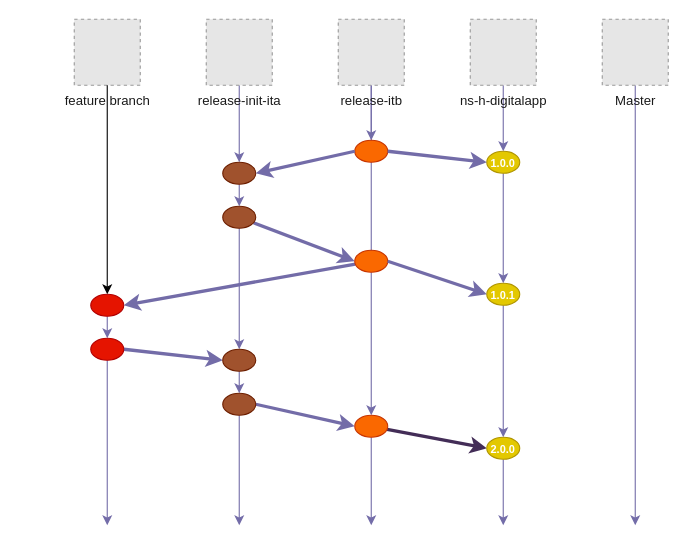
Before: Untitled Diagram.drawio in stefan21jp/Liberty, a draw.io diagram. Source tidied: cells renumbered, new cells numbered last; positions are measured from the earlier drawing's top-left corner, leaving out a move shared by most shapes. Both pictures are drawn from the tidied source at 110%, with x=0, y=0 at pixel (74, 19). Pictures stored in the file or linked from it are replaced by grey dashed boxes.
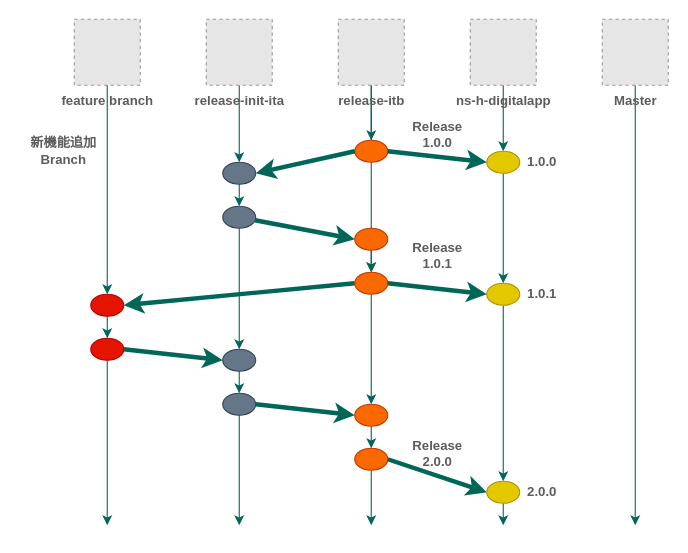
The same page after the edit.

Unchanged cells that the change refers to:
```xml
<mxCell id="24" style="ellipse;whiteSpace=wrap;html=1;rounded=1;verticalAlign=bottom;fillColor=#fa6800;strokeColor=#C73500;align=center;fontSize=10;fontColor=#ffffff;" parent="1" vertex="1">
  <mxGeometry x="255" y="110" width="30" height="20" as="geometry" />
</mxCell>
<mxCell id="30" style="ellipse;whiteSpace=wrap;html=1;rounded=1;verticalAlign=bottom;fillColor=#e51400;strokeColor=#B20000;align=center;fontSize=10;fontColor=#ffffff;" parent="1" vertex="1">
  <mxGeometry x="15" y="250" width="30" height="20" as="geometry" />
</mxCell>
<mxCell id="41" style="ellipse;whiteSpace=wrap;html=1;rounded=1;verticalAlign=bottom;fillColor=#e51400;strokeColor=#B20000;align=center;fontSize=10;fontColor=#ffffff;" parent="1" vertex="1">
  <mxGeometry x="15" y="290" width="30" height="20" as="geometry" />
</mxCell>
```

Diff of the diagram source:
```diff
@@
-    <mxCell id="2" style="edgeStyle=orthogonalEdgeStyle;rounded=0;jettySize=auto;html=1;strokeColor=#736CA8;fontColor=#1A1A1A;" parent="1" edge="1" source="3">
+    <mxCell id="2" style="edgeStyle=orthogonalEdgeStyle;rounded=0;jettySize=auto;html=1;strokeColor=#006658;fontColor=#5C5C5C;" parent="1" edge="1" source="3">
       <mxGeometry relative="1" as="geometry">
         <mxPoint x="510" y="460" as="targetPoint" />
       </mxGeometry>
     </mxCell>
-    <mxCell id="3" value="Master" style="fillColor=#E6E6E6;strokeColor=#999999;dashed=1;html=1;verticalAlign=top;verticalLabelPosition=bottom;fontColor=#1A1A1A;" parent="1" vertex="1">
+    <mxCell id="3" value="Master" style="fillColor=#E6E6E6;strokeColor=#999999;dashed=1;html=1;verticalAlign=top;verticalLabelPosition=bottom;fontColor=#5C5C5C;fontStyle=1;" parent="1" vertex="1">
       <mxGeometry x="480" width="60" height="60" as="geometry" />
     </mxCell>
-    <mxCell id="4" style="edgeStyle=orthogonalEdgeStyle;rounded=0;jettySize=auto;html=1;strokeColor=#736CA8;fontColor=#1A1A1A;" parent="1" edge="1" source="5" target="13">
+    <mxCell id="4" style="edgeStyle=orthogonalEdgeStyle;rounded=0;jettySize=auto;html=1;strokeColor=#006658;fontColor=#5C5C5C;" parent="1" edge="1" source="5" target="13">
       <mxGeometry relative="1" as="geometry" />
     </mxCell>
-    <mxCell id="5" value="ns-h-digitalapp" style="fillColor=#E6E6E6;strokeColor=#999999;dashed=1;html=1;verticalAlign=top;verticalLabelPosition=bottom;fontColor=#1A1A1A;" parent="1" vertex="1">
+    <mxCell id="5" value="ns-h-digitalapp" style="fillColor=#E6E6E6;strokeColor=#999999;dashed=1;html=1;verticalAlign=top;verticalLabelPosition=bottom;fontColor=#5C5C5C;fontStyle=1;" parent="1" vertex="1">
       <mxGeometry x="360" width="60" height="60" as="geometry" />
     </mxCell>
-    <mxCell id="6" style="edgeStyle=orthogonalEdgeStyle;curved=0;rounded=1;sketch=0;jettySize=auto;html=1;exitX=0.5;exitY=1;exitDx=0;exitDy=0;strokeColor=#736CA8;fontColor=#1A1A1A;" parent="1" edge="1" source="8">
+    <mxCell id="6" style="edgeStyle=orthogonalEdgeStyle;curved=0;rounded=1;sketch=0;jettySize=auto;html=1;exitX=0.5;exitY=1;exitDx=0;exitDy=0;strokeColor=#006658;fontColor=#5C5C5C;" parent="1" edge="1" source="8">
       <mxGeometry relative="1" as="geometry">
         <mxPoint x="270" y="230" as="targetPoint" />
       </mxGeometry>
     </mxCell>
-    <mxCell id="7" style="edgeStyle=none;rounded=1;sketch=0;jettySize=auto;html=1;entryX=0.5;entryY=0;entryDx=0;entryDy=0;endArrow=classic;endFill=1;strokeColor=#736CA8;strokeWidth=1;fontColor=#1A1A1A;" parent="1" edge="1" source="8" target="24">
+    <mxCell id="7" style="edgeStyle=none;rounded=1;sketch=0;jettySize=auto;html=1;entryX=0.5;entryY=0;entryDx=0;entryDy=0;endArrow=classic;endFill=1;strokeColor=#006658;strokeWidth=1;fontColor=#5C5C5C;" parent="1" edge="1" source="8" target="24">
       <mxGeometry relative="1" as="geometry" />
     </mxCell>
-    <mxCell id="8" value="release-itb" style="fillColor=#E6E6E6;strokeColor=#999999;dashed=1;html=1;verticalAlign=top;verticalLabelPosition=bottom;fontColor=#1A1A1A;" parent="1" vertex="1">
+    <mxCell id="8" value="release-itb" style="fillColor=#E6E6E6;strokeColor=#999999;dashed=1;html=1;verticalAlign=top;verticalLabelPosition=bottom;fontColor=#5C5C5C;fontStyle=1;" parent="1" vertex="1">
       <mxGeometry x="240" width="60" height="60" as="geometry" />
     </mxCell>
-    <mxCell id="9" style="edgeStyle=orthogonalEdgeStyle;curved=0;rounded=1;sketch=0;jettySize=auto;html=1;entryX=0.5;entryY=0;entryDx=0;entryDy=0;strokeColor=#736CA8;fontColor=#1A1A1A;" parent="1" edge="1" source="10" target="15">
+    <mxCell id="9" style="edgeStyle=orthogonalEdgeStyle;curved=0;rounded=1;sketch=0;jettySize=auto;html=1;entryX=0.5;entryY=0;entryDx=0;entryDy=0;strokeColor=#006658;fontColor=#5C5C5C;" parent="1" edge="1" source="10" target="15">
       <mxGeometry relative="1" as="geometry" />
     </mxCell>
-    <mxCell id="10" value="release-init-ita" style="fillColor=#E6E6E6;strokeColor=#999999;dashed=1;html=1;verticalAlign=top;verticalLabelPosition=bottom;fontColor=#1A1A1A;" parent="1" vertex="1">
+    <mxCell id="10" value="release-init-ita" style="fillColor=#E6E6E6;strokeColor=#999999;dashed=1;html=1;verticalAlign=top;verticalLabelPosition=bottom;fontColor=#5C5C5C;fontStyle=1;" parent="1" vertex="1">
       <mxGeometry x="120" width="60" height="60" as="geometry" />
     </mxCell>
-    <mxCell id="11" value="feature branch" style="fillColor=#E6E6E6;strokeColor=#999999;dashed=1;html=1;verticalAlign=top;verticalLabelPosition=bottom;fontColor=#1A1A1A;" parent="1" vertex="1">
+    <mxCell id="11" value="feature branch" style="fillColor=#E6E6E6;strokeColor=#999999;dashed=1;html=1;verticalAlign=top;verticalLabelPosition=bottom;fontColor=#5C5C5C;fontStyle=1;" parent="1" vertex="1">
       <mxGeometry width="60" height="60" as="geometry" />
     </mxCell>
-    <mxCell id="12" style="edgeStyle=orthogonalEdgeStyle;curved=0;rounded=1;sketch=0;jettySize=auto;html=1;strokeColor=#736CA8;fontColor=#1A1A1A;" parent="1" edge="1" source="13" target="23">
+    <mxCell id="12" style="edgeStyle=orthogonalEdgeStyle;curved=0;rounded=1;sketch=0;jettySize=auto;html=1;strokeColor=#006658;fontColor=#5C5C5C;" parent="1" edge="1" source="13" target="23">
       <mxGeometry relative="1" as="geometry" />
     </mxCell>
-    <mxCell id="13" value="&lt;b style=&quot;font-size: 10px;&quot;&gt;1.0.0&lt;/b&gt;" style="ellipse;whiteSpace=wrap;html=1;rounded=1;verticalAlign=bottom;fillColor=#e3c800;strokeColor=#B09500;align=center;fontSize=10;fontColor=#ffffff;" parent="1" vertex="1">
+    <mxCell id="13" style="ellipse;whiteSpace=wrap;html=1;rounded=1;verticalAlign=bottom;fillColor=#e3c800;strokeColor=#B09500;align=center;fontSize=10;fontColor=#ffffff;" parent="1" vertex="1">
       <mxGeometry x="375" y="120" width="30" height="20" as="geometry" />
     </mxCell>
-    <mxCell id="14" style="edgeStyle=orthogonalEdgeStyle;curved=0;rounded=1;sketch=0;jettySize=auto;html=1;exitX=0.5;exitY=1;exitDx=0;exitDy=0;entryX=0.5;entryY=0;entryDx=0;entryDy=0;strokeColor=#736CA8;fontColor=#1A1A1A;" parent="1" edge="1" source="15" target="18">
+    <mxCell id="14" style="edgeStyle=orthogonalEdgeStyle;curved=0;rounded=1;sketch=0;jettySize=auto;html=1;exitX=0.5;exitY=1;exitDx=0;exitDy=0;entryX=0.5;entryY=0;entryDx=0;entryDy=0;strokeColor=#006658;fontColor=#5C5C5C;" parent="1" edge="1" source="15" target="18">
       <mxGeometry relative="1" as="geometry" />
     </mxCell>
-    <mxCell id="15" style="ellipse;whiteSpace=wrap;html=1;rounded=1;verticalAlign=bottom;fillColor=#a0522d;strokeColor=#6D1F00;align=center;fontSize=10;fontColor=#ffffff;" parent="1" vertex="1">
+    <mxCell id="15" style="ellipse;whiteSpace=wrap;html=1;rounded=1;verticalAlign=bottom;fillColor=#647687;strokeColor=#314354;align=center;fontSize=10;fontColor=#ffffff;" parent="1" vertex="1">
       <mxGeometry x="135" y="130" width="30" height="20" as="geometry" />
     </mxCell>
-    <mxCell id="16" style="rounded=1;sketch=0;jettySize=auto;html=1;entryX=0;entryY=0.5;entryDx=0;entryDy=0;strokeColor=#736CA8;fontColor=#1A1A1A;endArrow=classic;endFill=1;strokeWidth=3;" parent="1" edge="1" source="18" target="21">
+    <mxCell id="16" style="rounded=1;sketch=0;jettySize=auto;html=1;entryX=0;entryY=0.5;entryDx=0;entryDy=0;strokeColor=#006658;fontColor=#5C5C5C;endArrow=classic;endFill=1;strokeWidth=4;" parent="1" edge="1" source="18" target="21">
       <mxGeometry relative="1" as="geometry" />
     </mxCell>
-    <mxCell id="17" style="edgeStyle=none;rounded=1;sketch=0;jettySize=auto;html=1;strokeColor=#736CA8;strokeWidth=1;fontColor=#1A1A1A;" parent="1" edge="1" source="18" target="33">
+    <mxCell id="17" style="edgeStyle=none;rounded=1;sketch=0;jettySize=auto;html=1;strokeColor=#006658;strokeWidth=1;fontColor=#5C5C5C;" parent="1" edge="1" source="18" target="33">
       <mxGeometry relative="1" as="geometry" />
     </mxCell>
-    <mxCell id="18" style="ellipse;whiteSpace=wrap;html=1;rounded=1;verticalAlign=bottom;fillColor=#a0522d;strokeColor=#6D1F00;align=center;fontSize=10;fontColor=#ffffff;" parent="1" vertex="1">
+    <mxCell id="18" style="ellipse;whiteSpace=wrap;html=1;rounded=1;verticalAlign=bottom;fillColor=#647687;strokeColor=#314354;align=center;fontSize=10;fontColor=#ffffff;" parent="1" vertex="1">
       <mxGeometry x="135" y="170" width="30" height="20" as="geometry" />
     </mxCell>
-    <mxCell id="19" style="rounded=1;sketch=0;jettySize=auto;html=1;entryX=1;entryY=0.5;entryDx=0;entryDy=0;strokeColor=#736CA8;fontColor=#1A1A1A;strokeWidth=3;" parent="1" edge="1" source="21" target="30">
+    <mxCell id="19" style="rounded=1;sketch=0;jettySize=auto;html=1;entryX=1;entryY=0.5;entryDx=0;entryDy=0;strokeColor=#006658;fontColor=#5C5C5C;strokeWidth=4;exitX=0;exitY=0.5;exitDx=0;exitDy=0;" parent="1" edge="1" source="54" target="30">
       <mxGeometry relative="1" as="geometry" />
     </mxCell>
-    <mxCell id="20" style="edgeStyle=none;rounded=1;sketch=0;jettySize=auto;html=1;strokeColor=#736CA8;strokeWidth=1;fontColor=#1A1A1A;" parent="1" edge="1" source="21" target="36">
-      <mxGeometry relative="1" as="geometry" />
-    </mxCell>
+    <mxCell id="44" style="edgeStyle=none;rounded=1;sketch=0;jettySize=auto;html=1;exitX=0.5;exitY=1;exitDx=0;exitDy=0;entryX=0.5;entryY=0;entryDx=0;entryDy=0;strokeColor=#006658;strokeWidth=1;fontColor=#5C5C5C;" parent="1" edge="1" source="21" target="54">
+      <mxGeometry relative="1" as="geometry" />
+    </mxCell>
     <mxCell id="21" style="ellipse;whiteSpace=wrap;html=1;rounded=1;verticalAlign=bottom;fillColor=#fa6800;strokeColor=#C73500;align=center;fontSize=10;fontColor=#ffffff;" parent="1" vertex="1">
-      <mxGeometry x="255" y="210" width="30" height="20" as="geometry" />
+      <mxGeometry x="255" y="190" width="30" height="20" as="geometry" />
     </mxCell>
-    <mxCell id="22" style="edgeStyle=none;rounded=1;sketch=0;jettySize=auto;html=1;strokeColor=#736CA8;strokeWidth=1;fontColor=#1A1A1A;" parent="1" edge="1" source="23" target="43">
+    <mxCell id="22" style="edgeStyle=none;rounded=1;sketch=0;jettySize=auto;html=1;strokeColor=#006658;strokeWidth=1;fontColor=#5C5C5C;" parent="1" edge="1" source="23" target="43">
       <mxGeometry relative="1" as="geometry" />
     </mxCell>
-    <mxCell id="23" value="&lt;b style=&quot;font-size: 10px&quot;&gt;1.0.1&lt;/b&gt;" style="ellipse;whiteSpace=wrap;html=1;rounded=1;verticalAlign=bottom;fillColor=#e3c800;strokeColor=#B09500;align=center;fontSize=10;fontColor=#ffffff;" parent="1" vertex="1">
+    <mxCell id="23" style="ellipse;whiteSpace=wrap;html=1;rounded=1;verticalAlign=bottom;fillColor=#e3c800;strokeColor=#B09500;align=center;fontSize=10;fontColor=#ffffff;" parent="1" vertex="1">
       <mxGeometry x="375" y="240" width="30" height="20" as="geometry" />
     </mxCell>
@@
-    <mxCell id="25" style="rounded=1;sketch=0;jettySize=auto;html=1;entryX=0;entryY=0.5;entryDx=0;entryDy=0;strokeColor=#736CA8;fontColor=#1A1A1A;endArrow=classic;endFill=1;strokeWidth=3;exitX=1;exitY=0.5;exitDx=0;exitDy=0;" parent="1" edge="1" source="21" target="23">
+    <mxCell id="25" style="rounded=1;sketch=0;jettySize=auto;html=1;entryX=0;entryY=0.5;entryDx=0;entryDy=0;strokeColor=#006658;fontColor=#5C5C5C;endArrow=classic;endFill=1;strokeWidth=4;exitX=1;exitY=0.5;exitDx=0;exitDy=0;" parent="1" edge="1" source="54" target="23">
       <mxGeometry relative="1" as="geometry" />
     </mxCell>
-    <mxCell id="26" style="rounded=1;sketch=0;jettySize=auto;html=1;entryX=1;entryY=0.5;entryDx=0;entryDy=0;strokeColor=#736CA8;fontColor=#1A1A1A;endArrow=classic;endFill=1;strokeWidth=3;exitX=0;exitY=0.5;exitDx=0;exitDy=0;" parent="1" edge="1" source="24" target="15">
+    <mxCell id="26" style="rounded=1;sketch=0;jettySize=auto;html=1;entryX=1;entryY=0.5;entryDx=0;entryDy=0;strokeColor=#006658;fontColor=#5C5C5C;endArrow=classic;endFill=1;strokeWidth=4;exitX=0;exitY=0.5;exitDx=0;exitDy=0;" parent="1" edge="1" source="24" target="15">
       <mxGeometry relative="1" as="geometry" />
     </mxCell>
-    <mxCell id="27" style="rounded=1;sketch=0;jettySize=auto;html=1;entryX=0;entryY=0.5;entryDx=0;entryDy=0;strokeColor=#736CA8;fontColor=#1A1A1A;endArrow=classic;endFill=1;strokeWidth=3;exitX=1;exitY=0.5;exitDx=0;exitDy=0;" parent="1" edge="1" source="24" target="13">
+    <mxCell id="27" style="rounded=1;sketch=0;jettySize=auto;html=1;entryX=0;entryY=0.5;entryDx=0;entryDy=0;strokeColor=#006658;fontColor=#5C5C5C;endArrow=classic;endFill=1;strokeWidth=4;exitX=1;exitY=0.5;exitDx=0;exitDy=0;" parent="1" edge="1" source="24" target="13">
       <mxGeometry relative="1" as="geometry" />
     </mxCell>
-    <mxCell id="28" style="edgeStyle=none;rounded=1;sketch=0;jettySize=auto;html=1;entryX=0;entryY=0.5;entryDx=0;entryDy=0;strokeColor=#736CA8;strokeWidth=3;fontColor=#1A1A1A;exitX=1;exitY=0.5;exitDx=0;exitDy=0;" parent="1" edge="1" source="41" target="33">
+    <mxCell id="28" style="edgeStyle=none;rounded=1;sketch=0;jettySize=auto;html=1;entryX=0;entryY=0.5;entryDx=0;entryDy=0;strokeColor=#006658;strokeWidth=4;fontColor=#5C5C5C;exitX=1;exitY=0.5;exitDx=0;exitDy=0;" parent="1" edge="1" source="41" target="33">
       <mxGeometry relative="1" as="geometry" />
     </mxCell>
-    <mxCell id="29" style="edgeStyle=none;rounded=1;sketch=0;jettySize=auto;html=1;strokeColor=#736CA8;strokeWidth=1;fontColor=#1A1A1A;" parent="1" edge="1" source="30" target="41">
+    <mxCell id="29" style="edgeStyle=none;rounded=1;sketch=0;jettySize=auto;html=1;strokeColor=#006658;strokeWidth=1;fontColor=#5C5C5C;" parent="1" edge="1" source="30" target="41">
       <mxGeometry relative="1" as="geometry" />
     </mxCell>
@@
-    <mxCell id="31" style="edgeStyle=orthogonalEdgeStyle;curved=0;rounded=1;sketch=0;jettySize=auto;html=1;exitX=0.5;exitY=1;exitDx=0;exitDy=0;fontColor=#1A1A1A;" parent="1" edge="1" source="11" target="30">
+    <mxCell id="31" style="edgeStyle=orthogonalEdgeStyle;curved=0;rounded=1;sketch=0;jettySize=auto;html=1;exitX=0.5;exitY=1;exitDx=0;exitDy=0;fontColor=#5C5C5C;strokeColor=#006658;" parent="1" edge="1" source="11" target="30">
       <mxGeometry relative="1" as="geometry" />
     </mxCell>
-    <mxCell id="32" style="edgeStyle=none;rounded=1;sketch=0;jettySize=auto;html=1;strokeColor=#736CA8;strokeWidth=1;fontColor=#1A1A1A;" parent="1" edge="1" source="33" target="39">
+    <mxCell id="32" style="edgeStyle=none;rounded=1;sketch=0;jettySize=auto;html=1;strokeColor=#006658;strokeWidth=1;fontColor=#5C5C5C;" parent="1" edge="1" source="33" target="39">
       <mxGeometry relative="1" as="geometry" />
     </mxCell>
-    <mxCell id="33" style="ellipse;whiteSpace=wrap;html=1;rounded=1;verticalAlign=bottom;fillColor=#a0522d;strokeColor=#6D1F00;align=center;fontSize=10;fontColor=#ffffff;" parent="1" vertex="1">
+    <mxCell id="33" style="ellipse;whiteSpace=wrap;html=1;rounded=1;verticalAlign=bottom;fillColor=#647687;strokeColor=#314354;align=center;fontSize=10;fontColor=#ffffff;" parent="1" vertex="1">
       <mxGeometry x="135" y="300" width="30" height="20" as="geometry" />
     </mxCell>
-    <mxCell id="34" style="edgeStyle=none;rounded=1;sketch=0;jettySize=auto;html=1;strokeColor=#736CA8;strokeWidth=1;fontColor=#1A1A1A;" parent="1" edge="1" source="36">
-      <mxGeometry relative="1" as="geometry">
-        <mxPoint x="270" y="460" as="targetPoint" />
-      </mxGeometry>
-    </mxCell>
-    <mxCell id="35" style="edgeStyle=none;rounded=1;sketch=0;jettySize=auto;html=1;entryX=0;entryY=0.5;entryDx=0;entryDy=0;strokeColor=#432D57;strokeWidth=3;fontColor=#1A1A1A;fillColor=#76608a;" parent="1" edge="1" source="36" target="43">
+    <mxCell id="35" style="edgeStyle=none;rounded=1;sketch=0;jettySize=auto;html=1;entryX=0;entryY=0.5;entryDx=0;entryDy=0;strokeColor=#006658;strokeWidth=4;fontColor=#5C5C5C;fillColor=#21C0A5;exitX=1;exitY=0.5;exitDx=0;exitDy=0;" parent="1" edge="1" source="56" target="43">
       <mxGeometry relative="1" as="geometry" />
     </mxCell>
+    <mxCell id="45" style="edgeStyle=none;rounded=1;sketch=0;jettySize=auto;html=1;exitX=0.5;exitY=1;exitDx=0;exitDy=0;entryX=0.5;entryY=0;entryDx=0;entryDy=0;strokeColor=#006658;strokeWidth=1;fontColor=#5C5C5C;" parent="1" edge="1" source="36" target="56">
+      <mxGeometry relative="1" as="geometry" />
+    </mxCell>
     <mxCell id="36" style="ellipse;whiteSpace=wrap;html=1;rounded=1;verticalAlign=bottom;fillColor=#fa6800;strokeColor=#C73500;align=center;fontSize=10;fontColor=#ffffff;" parent="1" vertex="1">
-      <mxGeometry x="255" y="360" width="30" height="20" as="geometry" />
+      <mxGeometry x="255" y="350" width="30" height="20" as="geometry" />
     </mxCell>
-    <mxCell id="37" style="edgeStyle=none;rounded=1;sketch=0;jettySize=auto;html=1;exitX=0.5;exitY=1;exitDx=0;exitDy=0;strokeColor=#736CA8;strokeWidth=1;fontColor=#1A1A1A;" parent="1" edge="1" source="39">
+    <mxCell id="37" style="edgeStyle=none;rounded=1;sketch=0;jettySize=auto;html=1;exitX=0.5;exitY=1;exitDx=0;exitDy=0;strokeColor=#006658;strokeWidth=1;fontColor=#5C5C5C;" parent="1" edge="1" source="39">
       <mxGeometry relative="1" as="geometry">
         <mxPoint x="150" y="460" as="targetPoint" />
       </mxGeometry>
     </mxCell>
-    <mxCell id="38" style="edgeStyle=none;rounded=1;sketch=0;jettySize=auto;html=1;exitX=1;exitY=0.5;exitDx=0;exitDy=0;entryX=0;entryY=0.5;entryDx=0;entryDy=0;strokeColor=#736CA8;strokeWidth=3;fontColor=#1A1A1A;" parent="1" edge="1" source="39" target="36">
+    <mxCell id="38" style="edgeStyle=none;rounded=1;sketch=0;jettySize=auto;html=1;exitX=1;exitY=0.5;exitDx=0;exitDy=0;entryX=0;entryY=0.5;entryDx=0;entryDy=0;strokeColor=#006658;strokeWidth=4;fontColor=#5C5C5C;" parent="1" edge="1" source="39" target="36">
       <mxGeometry relative="1" as="geometry" />
     </mxCell>
-    <mxCell id="39" style="ellipse;whiteSpace=wrap;html=1;rounded=1;verticalAlign=bottom;fillColor=#a0522d;strokeColor=#6D1F00;align=center;fontSize=10;fontColor=#ffffff;" parent="1" vertex="1">
+    <mxCell id="39" style="ellipse;whiteSpace=wrap;html=1;rounded=1;verticalAlign=bottom;fillColor=#647687;strokeColor=#314354;align=center;fontSize=10;fontColor=#ffffff;" parent="1" vertex="1">
       <mxGeometry x="135" y="340" width="30" height="20" as="geometry" />
     </mxCell>
-    <mxCell id="40" style="edgeStyle=none;rounded=1;sketch=0;jettySize=auto;html=1;strokeColor=#736CA8;strokeWidth=1;fontColor=#1A1A1A;" parent="1" edge="1" source="41">
+    <mxCell id="40" style="edgeStyle=none;rounded=1;sketch=0;jettySize=auto;html=1;strokeColor=#006658;strokeWidth=1;fontColor=#5C5C5C;" parent="1" edge="1" source="41">
       <mxGeometry relative="1" as="geometry">
         <mxPoint x="30" y="460" as="targetPoint" />
       </mxGeometry>
     </mxCell>
@@
-    <mxCell id="42" style="edgeStyle=none;rounded=1;sketch=0;jettySize=auto;html=1;strokeColor=#736CA8;strokeWidth=1;fontColor=#1A1A1A;" parent="1" edge="1" source="43">
+    <mxCell id="42" style="edgeStyle=none;rounded=1;sketch=0;jettySize=auto;html=1;strokeColor=#006658;strokeWidth=1;fontColor=#5C5C5C;" parent="1" edge="1" source="43">
       <mxGeometry relative="1" as="geometry">
         <mxPoint x="390" y="460" as="targetPoint" />
       </mxGeometry>
     </mxCell>
-    <mxCell id="43" value="&lt;b style=&quot;font-size: 10px&quot;&gt;2.0.0&lt;/b&gt;" style="ellipse;whiteSpace=wrap;html=1;rounded=1;verticalAlign=bottom;fillColor=#e3c800;strokeColor=#B09500;align=center;fontSize=10;fontColor=#ffffff;" parent="1" vertex="1">
-      <mxGeometry x="375" y="380" width="30" height="20" as="geometry" />
+    <mxCell id="43" style="ellipse;whiteSpace=wrap;html=1;rounded=1;verticalAlign=bottom;fillColor=#e3c800;strokeColor=#B09500;align=center;fontSize=10;fontColor=#ffffff;" parent="1" vertex="1">
+      <mxGeometry x="375" y="420" width="30" height="20" as="geometry" />
     </mxCell>
+    <mxCell id="46" value="&lt;div&gt;新機能追加&lt;/div&gt;&lt;div&gt;Branch&lt;/div&gt;" style="text;html=1;align=center;verticalAlign=middle;fillColor=none;strokeColor=none;rounded=0;sketch=0;fontColor=#5C5C5C;fontStyle=1;" parent="1" vertex="1">
+      <mxGeometry x="-50" y="105" width="80" height="30" as="geometry" />
+    </mxCell>
+    <mxCell id="47" value="&lt;div&gt;Release&lt;br&gt;&lt;/div&gt;&lt;div&gt;1.0.0&lt;/div&gt;" style="text;html=1;align=center;verticalAlign=middle;fillColor=none;strokeColor=none;rounded=0;sketch=0;fontColor=#5C5C5C;fontStyle=1;" parent="1" vertex="1">
+      <mxGeometry x="300" y="90" width="60" height="30" as="geometry" />
+    </mxCell>
+    <mxCell id="48" value="&lt;div&gt;Release&lt;br&gt;&lt;/div&gt;&lt;div&gt;1.0.1&lt;/div&gt;" style="text;html=1;align=center;verticalAlign=middle;fillColor=none;strokeColor=none;rounded=0;sketch=0;fontColor=#5C5C5C;fontStyle=1;" parent="1" vertex="1">
+      <mxGeometry x="300" y="200" width="60" height="30" as="geometry" />
+    </mxCell>
+    <mxCell id="49" value="&lt;div&gt;Release&lt;br&gt;&lt;/div&gt;&lt;div&gt;2.0.0&lt;/div&gt;" style="text;html=1;align=center;verticalAlign=middle;fillColor=none;strokeColor=none;rounded=0;sketch=0;fontColor=#5C5C5C;fontStyle=1;" parent="1" vertex="1">
+      <mxGeometry x="300" y="380" width="60" height="30" as="geometry" />
+    </mxCell>
+    <mxCell id="50" value="1.0.0" style="text;html=1;align=center;verticalAlign=middle;fillColor=none;strokeColor=none;rounded=0;sketch=0;fontColor=#5C5C5C;fontStyle=1;" parent="1" vertex="1">
+      <mxGeometry x="405" y="120" width="40" height="20" as="geometry" />
+    </mxCell>
+    <mxCell id="51" value="1.0.1" style="text;html=1;align=center;verticalAlign=middle;fillColor=none;strokeColor=none;rounded=0;sketch=0;fontColor=#5C5C5C;fontStyle=1;" parent="1" vertex="1">
+      <mxGeometry x="405" y="240" width="40" height="20" as="geometry" />
+    </mxCell>
+    <mxCell id="52" value="2.0.0" style="text;html=1;align=center;verticalAlign=middle;fillColor=none;strokeColor=none;rounded=0;sketch=0;fontColor=#5C5C5C;fontStyle=1;" parent="1" vertex="1">
+      <mxGeometry x="405" y="420" width="40" height="20" as="geometry" />
+    </mxCell>
+    <mxCell id="53" style="edgeStyle=none;rounded=1;sketch=0;jettySize=auto;html=1;entryX=0.5;entryY=0;entryDx=0;entryDy=0;strokeColor=#006658;strokeWidth=1;fontColor=#5C5C5C;" parent="1" edge="1" source="54" target="36">
+      <mxGeometry relative="1" as="geometry" />
+    </mxCell>
+    <mxCell id="54" style="ellipse;whiteSpace=wrap;html=1;rounded=1;verticalAlign=bottom;fillColor=#fa6800;strokeColor=#C73500;align=center;fontSize=10;fontColor=#ffffff;" parent="1" vertex="1">
+      <mxGeometry x="255" y="230" width="30" height="20" as="geometry" />
+    </mxCell>
+    <mxCell id="55" style="edgeStyle=none;rounded=1;sketch=0;jettySize=auto;html=1;strokeColor=#006658;strokeWidth=1;fontColor=#5C5C5C;" parent="1" edge="1" source="56">
+      <mxGeometry relative="1" as="geometry">
+        <mxPoint x="270" y="460" as="targetPoint" />
+      </mxGeometry>
+    </mxCell>
+    <mxCell id="56" style="ellipse;whiteSpace=wrap;html=1;rounded=1;verticalAlign=bottom;fillColor=#fa6800;strokeColor=#C73500;align=center;fontSize=10;fontColor=#ffffff;" parent="1" vertex="1">
+      <mxGeometry x="255" y="390" width="30" height="20" as="geometry" />
+    </mxCell>
```
